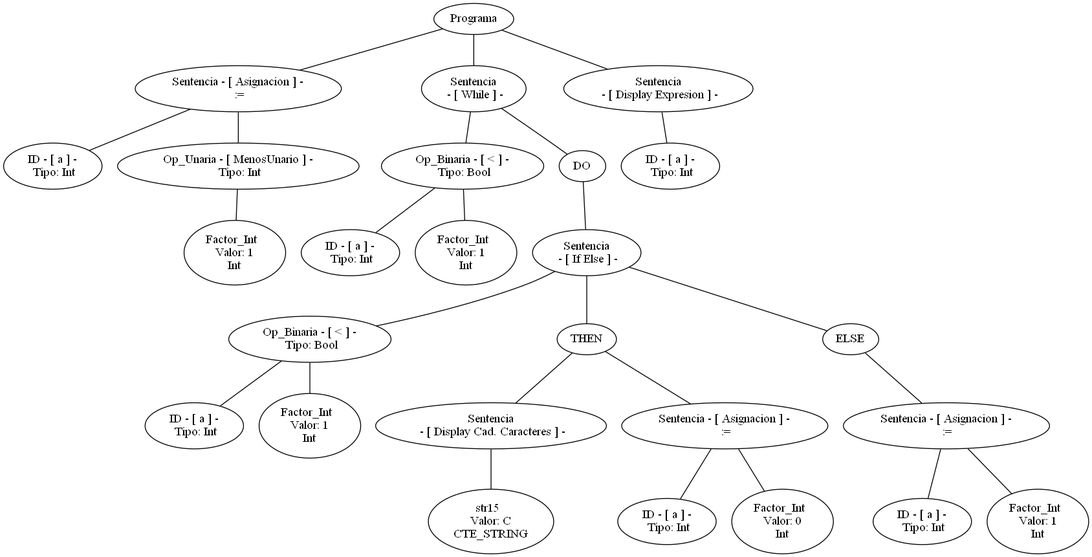
SantiPerez17/Compiladores keeps this Graphviz diagram as arbol.png. Above is the earlier version. Its source is kept beside it as arbol.dot.
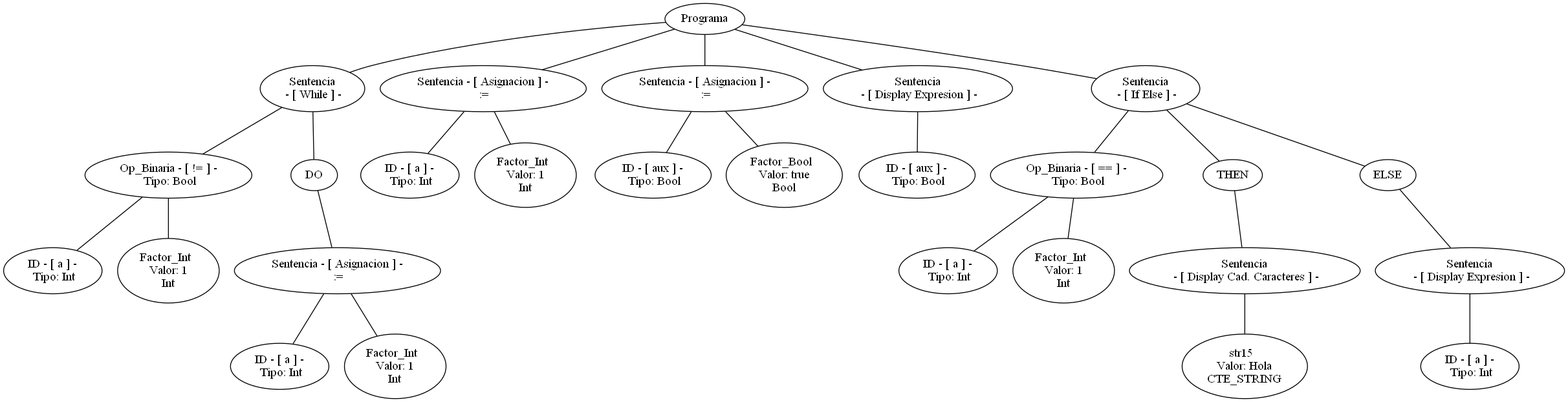
The same file after the commit.

The edit, as a diff of the source:
```diff
@@ -1,80 +1,83 @@
 graph G {nodo_programa[label="Programa"]
-nodo_548246552[label="Sentencia - [ Asignacion ] -
- :="]
-nodo_programa--nodo_548246552
-nodo_1108411398[label=" ID - [ a ] -
+nodo_467337349[label="Sentencia
+ - [ While ] -"]
+nodo_programa--nodo_467337349
+nodo_2055034623[label=" Op_Binaria - [ != ] -
+ Tipo: Bool"]
+nodo_467337349--nodo_2055034623
+nodo_558678937[label=" ID - [ a ] -
  Tipo: Int"]
-nodo_548246552--nodo_1108411398
-nodo_625576447[label=" Op_Unaria - [ MenosUnario ] -
- Tipo: Int"]
-nodo_548246552--nodo_625576447
-nodo_443308702[label="Factor_Int
+nodo_2055034623--nodo_558678937
+nodo_1185936515[label="Factor_Int
  Valor: 1
 Int"]
-nodo_625576447--nodo_443308702
-nodo_1349277854[label="Sentencia
- - [ While ] -"]
-nodo_programa--nodo_1349277854
-nodo_6566818[label=" Op_Binaria - [ < ] -
- Tipo: Bool"]
-nodo_1349277854--nodo_6566818
-nodo_835648992[label=" ID - [ a ] -
+nodo_2055034623--nodo_1185936515
+nodo_4673373491[label="DO"]
+nodo_467337349--nodo_4673373491
+nodo_1795228777[label="Sentencia - [ Asignacion ] -
+ :="]
+nodo_4673373491--nodo_1795228777
+nodo_1088594710[label=" ID - [ a ] -
  Tipo: Int"]
-nodo_6566818--nodo_835648992
-nodo_1134517053[label="Factor_Int
+nodo_1795228777--nodo_1088594710
+nodo_1137688287[label="Factor_Int
  Valor: 1
 Int"]
-nodo_6566818--nodo_1134517053
-nodo_13492778541[label="DO"]
-nodo_1349277854--nodo_13492778541
-nodo_445051633[label="Sentencia
- - [ If Else ] -"]
-nodo_13492778541--nodo_445051633
-nodo_87285178[label=" Op_Binaria - [ < ] -
- Tipo: Bool"]
-nodo_445051633--nodo_87285178
-nodo_1494279232[label=" ID - [ a ] -
+nodo_1795228777--nodo_1137688287
+nodo_516826798[label="Sentencia - [ Asignacion ] -
+ :="]
+nodo_programa--nodo_516826798
+nodo_543727504[label=" ID - [ a ] -
  Tipo: Int"]
-nodo_87285178--nodo_1494279232
-nodo_1650967483[label="Factor_Int
+nodo_516826798--nodo_543727504
+nodo_2014997979[label="Factor_Int
  Valor: 1
 Int"]
-nodo_87285178--nodo_1650967483
-nodo_4450516331[label="THEN"]
-nodo_445051633--nodo_4450516331
-nodo_109961541[label="Sentencia
- - [ Display Cad. Caracteres ] -"]
-nodo_4450516331--nodo_109961541
-nodo_1598924227[label="str15
- Valor: C
-CTE_STRING"]
-nodo_109961541--nodo_1598924227
-nodo_1190654826[label="Sentencia - [ Asignacion ] -
+nodo_516826798--nodo_2014997979
+nodo_464574988[label="Sentencia - [ Asignacion ] -
  :="]
-nodo_4450516331--nodo_1190654826
-nodo_1144748369[label=" ID - [ a ] -
+nodo_programa--nodo_464574988
+nodo_1187901968[label=" ID - [ aux ] -
+ Tipo: Bool"]
+nodo_464574988--nodo_1187901968
+nodo_820977023[label="Factor_Bool
+ Valor: true
+Bool"]
+nodo_464574988--nodo_820977023
+nodo_1294965259[label="Sentencia
+ - [ Display Expresion ] -"]
+nodo_programa--nodo_1294965259
+nodo_1956934786[label=" ID - [ aux ] -
+ Tipo: Bool"]
+nodo_1294965259--nodo_1956934786
+nodo_1522892631[label="Sentencia
+ - [ If Else ] -"]
+nodo_programa--nodo_1522892631
+nodo_79803301[label=" Op_Binaria - [ == ] -
+ Tipo: Bool"]
+nodo_1522892631--nodo_79803301
+nodo_452523848[label=" ID - [ a ] -
  Tipo: Int"]
-nodo_1190654826--nodo_1144748369
-nodo_670700378[label="Factor_Int
- Valor: 0
-Int"]
-nodo_1190654826--nodo_670700378
-nodo_4450516332[label="ELSE"]
-nodo_445051633--nodo_4450516332
-nodo_1558600329[label="Sentencia - [ Asignacion ] -
- :="]
-nodo_4450516332--nodo_1558600329
-nodo_340870931[label=" ID - [ a ] -
- Tipo: Int"]
-nodo_1558600329--nodo_340870931
-nodo_728890494[label="Factor_Int
+nodo_79803301--nodo_452523848
+nodo_2001396705[label="Factor_Int
  Valor: 1
 Int"]
-nodo_1558600329--nodo_728890494
-nodo_2040495657[label="Sentencia
+nodo_79803301--nodo_2001396705
+nodo_15228926311[label="THEN"]
+nodo_1522892631--nodo_15228926311
+nodo_808175083[label="Sentencia
+ - [ Display Cad. Caracteres ] -"]
+nodo_15228926311--nodo_808175083
+nodo_287187153[label="str15
+ Valor: Hola
+CTE_STRING"]
+nodo_808175083--nodo_287187153
+nodo_15228926312[label="ELSE"]
+nodo_1522892631--nodo_15228926312
+nodo_314391915[label="Sentencia
  - [ Display Expresion ] -"]
-nodo_programa--nodo_2040495657
-nodo_1775282465[label=" ID - [ a ] -
+nodo_15228926312--nodo_314391915
+nodo_972952784[label=" ID - [ a ] -
  Tipo: Int"]
-nodo_2040495657--nodo_1775282465
+nodo_314391915--nodo_972952784
 }
```
